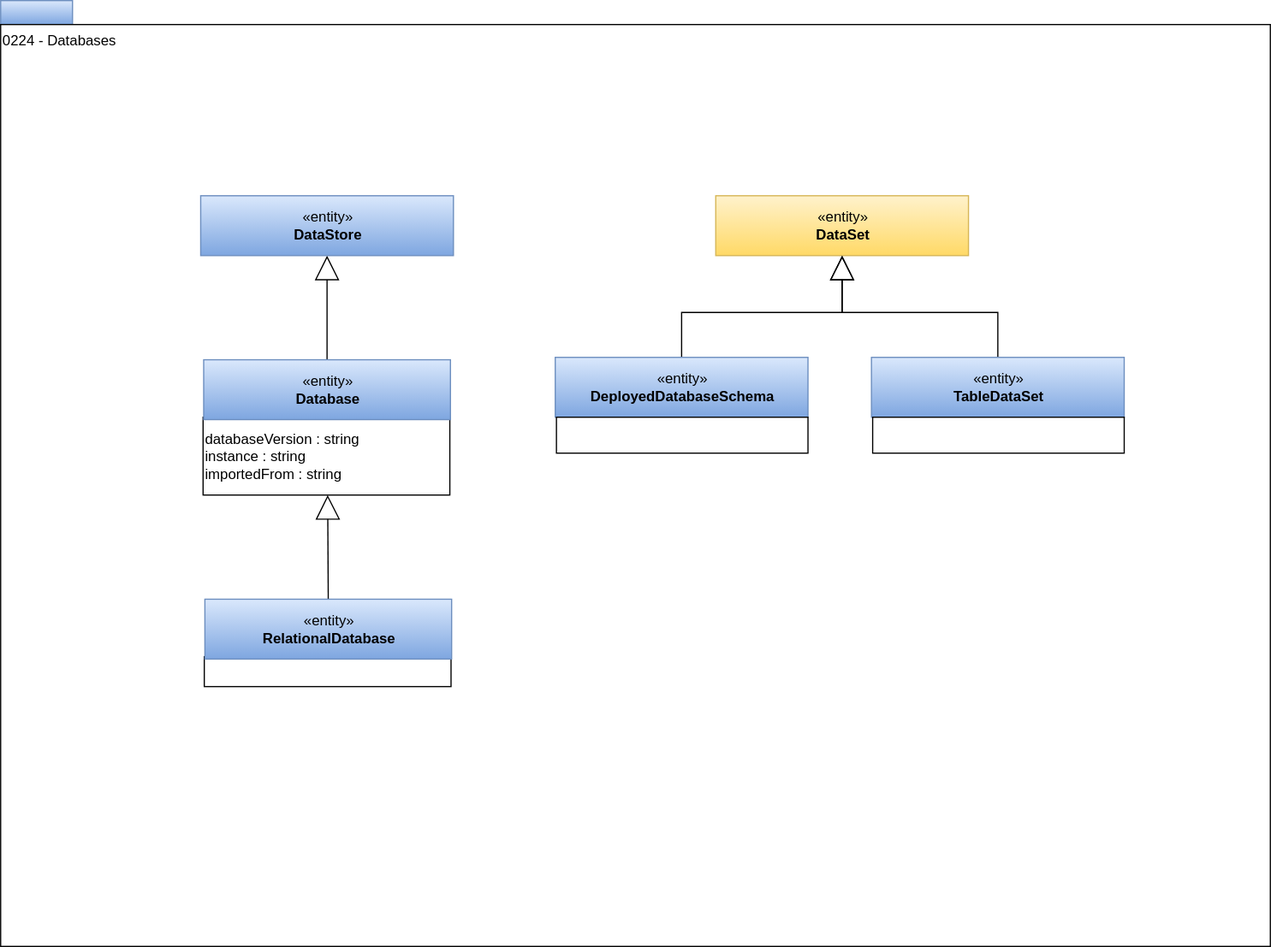
Before: site/docs/types/2/0224-Databases.svg, a diagram exported from draw.io (odpi/egeria-docs). Source tidied: cells renumbered, new cells last; positions are measured from the earlier drawing's top-left corner, leaving out a move shared by most shapes.
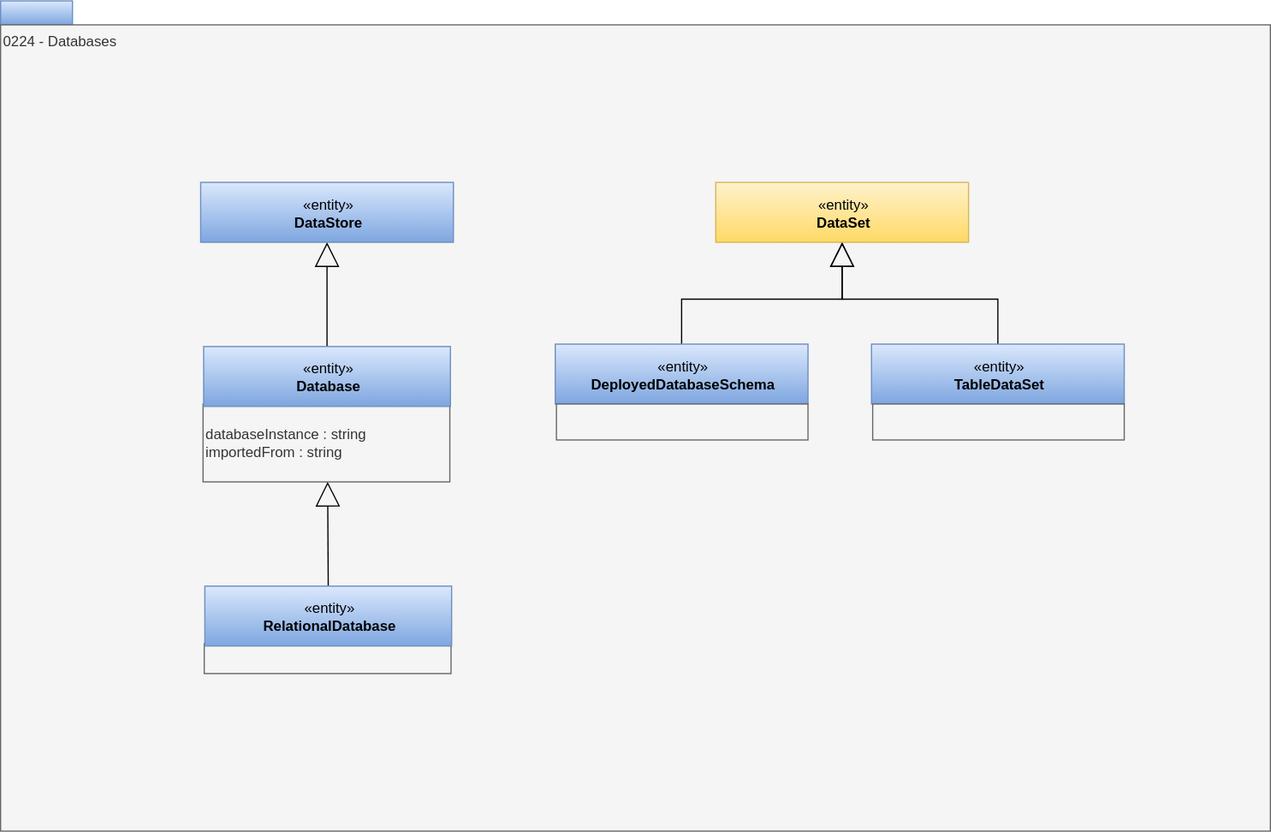
After the commit.

The edit, as a diff of the source:
```diff
@@ -3,10 +3,10 @@
     <mxCell id="0" />
     <mxCell id="1" parent="0" />
     <mxCell id="2" style="rounded=0;whiteSpace=wrap;html=1;align=left;fillColor=#dae8fc;strokeColor=#6c8ebf;gradientColor=#7ea6e0;" parent="1" vertex="1">
-      <mxGeometry width="60" height="20" as="geometry" />
+      <mxGeometry y="11.5" width="60" height="20" as="geometry" />
     </mxCell>
-    <mxCell id="3" value="0224 - Databases" style="rounded=0;whiteSpace=wrap;html=1;align=left;verticalAlign=top;" parent="1" vertex="1">
-      <mxGeometry y="20" width="1060" height="770" as="geometry" />
+    <mxCell id="3" value="0224 - Databases" style="rounded=0;whiteSpace=wrap;html=1;align=left;verticalAlign=top;fillColor=#f5f5f5;fontColor=#333333;strokeColor=#666666;" parent="1" vertex="1">
+      <mxGeometry y="31.5" width="1060" height="673" as="geometry" />
     </mxCell>
     <mxCell id="4" style="edgeStyle=orthogonalEdgeStyle;rounded=0;jettySize=auto;html=1;exitX=0.5;exitY=0;exitDx=0;exitDy=0;endArrow=block;endFill=0;strokeWidth=1;endSize=18;" parent="1" edge="1" source="5" target="7">
       <mxGeometry relative="1" as="geometry" />
@@ -14,13 +14,13 @@
     <mxCell id="5" value="«entity»&lt;br&gt;&lt;b&gt;DeployedDatabaseSchema&lt;/b&gt;" style="html=1;strokeColor=#6c8ebf;align=center;fillColor=#dae8fc;gradientColor=#7ea6e0;" parent="1" vertex="1">
       <mxGeometry x="463" y="298" width="211" height="50" as="geometry" />
     </mxCell>
-    <mxCell id="6" style="rounded=0;whiteSpace=wrap;html=1;strokeColor=#000000;gradientColor=#ffffff;align=left;" parent="1" vertex="1">
+    <mxCell id="6" style="rounded=0;whiteSpace=wrap;html=1;strokeColor=#666666;align=left;fillColor=#f5f5f5;fontColor=#333333;" parent="1" vertex="1">
       <mxGeometry x="464" y="348" width="210" height="30" as="geometry" />
     </mxCell>
     <mxCell id="7" value="«entity»&lt;br&gt;&lt;b&gt;DataSet&lt;/b&gt;" style="html=1;strokeColor=#d6b656;align=center;fillColor=#fff2cc;gradientColor=#ffd966;" parent="1" vertex="1">
       <mxGeometry x="597" y="163" width="211" height="50" as="geometry" />
     </mxCell>
-    <mxCell id="8" value="databaseVersion : string&lt;br&gt;instance : string&lt;br&gt;importedFrom : string" style="rounded=0;whiteSpace=wrap;html=1;strokeColor=#000000;gradientColor=#ffffff;align=left;" parent="1" vertex="1">
+    <mxCell id="8" value="databaseInstance : string&lt;br&gt;importedFrom : string" style="rounded=0;whiteSpace=wrap;html=1;strokeColor=#666666;align=left;fillColor=#f5f5f5;fontColor=#333333;" parent="1" vertex="1">
       <mxGeometry x="169" y="348" width="206" height="65" as="geometry" />
     </mxCell>
     <mxCell id="9" style="edgeStyle=orthogonalEdgeStyle;rounded=0;jettySize=auto;html=1;exitX=0.5;exitY=0;exitDx=0;exitDy=0;strokeWidth=1;endArrow=block;endFill=0;endSize=18;" parent="1" edge="1" source="10" target="11">
@@ -38,10 +38,10 @@
     <mxCell id="13" value="«entity»&lt;br&gt;&lt;b&gt;TableDataSet&lt;/b&gt;" style="html=1;strokeColor=#6c8ebf;align=center;fillColor=#dae8fc;gradientColor=#7ea6e0;" parent="1" vertex="1">
       <mxGeometry x="727" y="298" width="211" height="50" as="geometry" />
     </mxCell>
-    <mxCell id="14" style="rounded=0;whiteSpace=wrap;html=1;strokeColor=#000000;gradientColor=#ffffff;align=left;" parent="1" vertex="1">
+    <mxCell id="14" style="rounded=0;whiteSpace=wrap;html=1;strokeColor=#666666;align=left;fillColor=#f5f5f5;fontColor=#333333;" parent="1" vertex="1">
       <mxGeometry x="728" y="348" width="210" height="30" as="geometry" />
     </mxCell>
-    <mxCell id="15" style="rounded=0;whiteSpace=wrap;html=1;strokeColor=#000000;gradientColor=#ffffff;align=left;" parent="1" vertex="1">
+    <mxCell id="15" style="rounded=0;whiteSpace=wrap;html=1;strokeColor=#666666;align=left;fillColor=#f5f5f5;fontColor=#333333;" parent="1" vertex="1">
       <mxGeometry x="170" y="548" width="206" height="25" as="geometry" />
     </mxCell>
     <mxCell id="16" style="edgeStyle=orthogonalEdgeStyle;rounded=0;jettySize=auto;html=1;exitX=0.5;exitY=0;exitDx=0;exitDy=0;strokeWidth=1;endArrow=block;endFill=0;endSize=18;" parent="1" edge="1" source="17">
```
